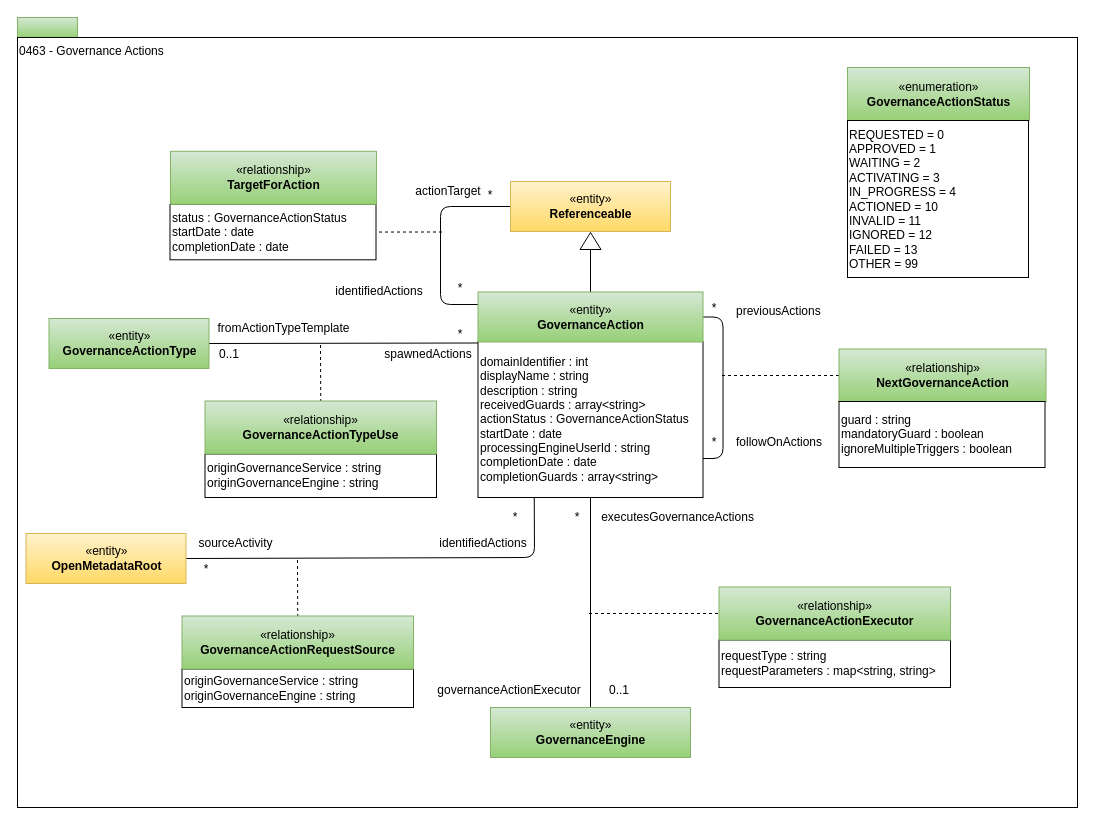
Above: page "0463-Governance-Actions" (23 of 28) of open-metadata-publication/website/open-metadata-types/area-4-governance.drawio in odpi/egeria (draw.io), before the change. Source tidied: cells renumbered, new cells numbered last; positions are measured from the earlier drawing's top-left corner, leaving out a move shared by most shapes. Both pictures are drawn from the tidied source at 100%, with x=0, y=0 at pixel (17, 17).
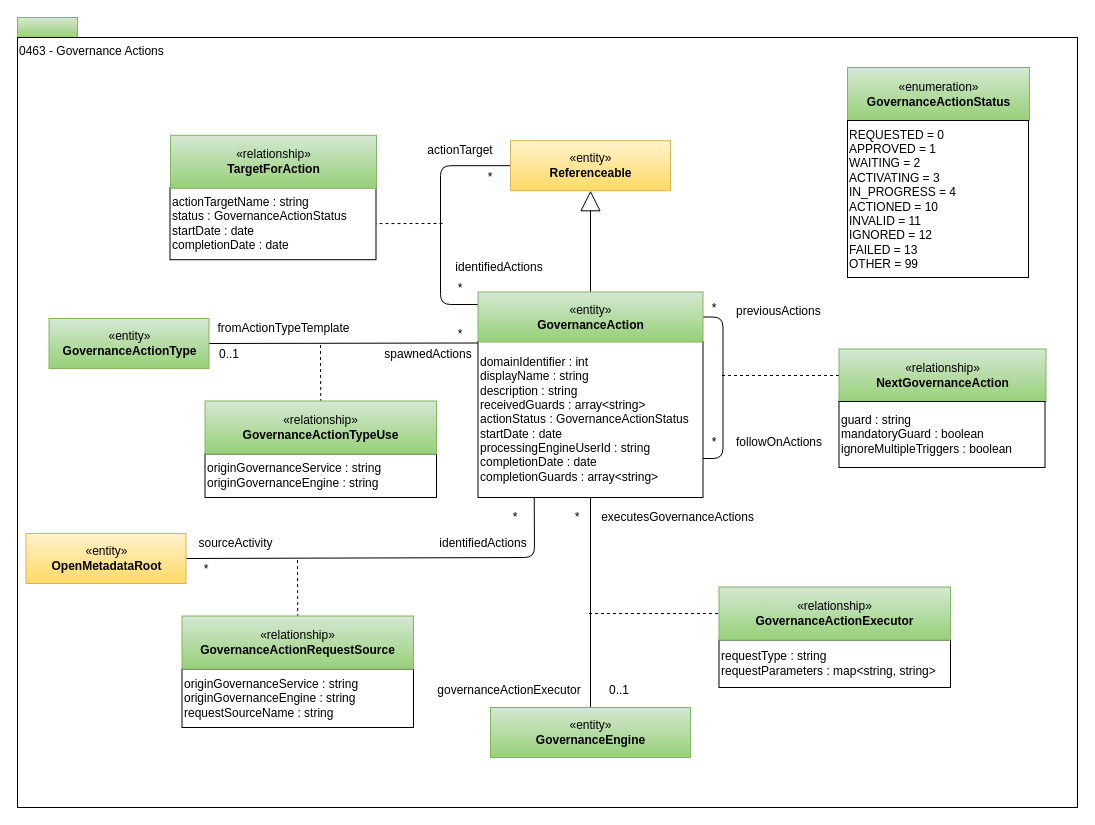
The same page after the edit.

Unchanged cells that the change refers to:
```xml
<mxCell id="20" value="«entity»&lt;br&gt;&lt;b&gt;GovernanceAction&lt;/b&gt;" style="html=1;strokeColor=#82b366;align=center;fillColor=#d5e8d4;gradientColor=#97d077;" parent="1" vertex="1">
  <mxGeometry x="460.5" y="274.5" width="225" height="50" as="geometry" />
</mxCell>
```

Diff of the diagram source:
```diff
@@
-    <mxCell id="6" style="edgeStyle=orthogonalEdgeStyle;rounded=0;html=1;exitX=0;exitY=0.5;endArrow=none;endFill=0;jettySize=auto;entryX=0.5;entryY=0;entryDx=0;entryDy=0;" parent="1" edge="1" source="7" target="20">
-      <mxGeometry relative="1" as="geometry" />
-    </mxCell>
-    <mxCell id="7" style="triangle;whiteSpace=wrap;html=1;strokeColor=#000000;gradientColor=#ffffff;align=center;rotation=-90;" parent="1" vertex="1">
-      <mxGeometry x="564.5" y="213" width="17" height="21" as="geometry" />
-    </mxCell>
     <mxCell id="8" style="endArrow=none;dashed=1;html=1;entryX=1;entryY=0.5;entryDx=0;entryDy=0;" parent="1" edge="1" target="11">
       <mxGeometry relative="1" as="geometry">
-        <mxPoint x="424.5" y="214.5" as="sourcePoint" />
+        <mxPoint x="425" y="206" as="sourcePoint" />
       </mxGeometry>
     </mxCell>
-    <mxCell id="9" value="*" style="text;html=1;strokeColor=none;fillColor=none;align=center;verticalAlign=middle;whiteSpace=wrap;rounded=0;" parent="1" vertex="1">
-      <mxGeometry x="453" y="168" width="40" height="20" as="geometry" />
-    </mxCell>
@@
-    <mxCell id="11" value="status : GovernanceActionStatus&lt;br&gt;startDate : date&lt;br&gt;completionDate : date" style="rounded=0;whiteSpace=wrap;html=1;strokeColor=#000000;gradientColor=#ffffff;align=left;" parent="1" vertex="1">
-      <mxGeometry x="152.5" y="186.8" width="206" height="55.5" as="geometry" />
+    <mxCell id="11" value="actionTargetName : string&lt;br&gt;status : GovernanceActionStatus&lt;br&gt;startDate : date&lt;br&gt;completionDate : date" style="rounded=0;whiteSpace=wrap;html=1;strokeColor=#000000;gradientColor=#ffffff;align=left;" parent="1" vertex="1">
+      <mxGeometry x="152.5" y="170" width="206" height="72.2" as="geometry" />
     </mxCell>
     <mxCell id="12" value="identifiedActions" style="text;html=1;strokeColor=none;fillColor=none;align=center;verticalAlign=middle;whiteSpace=wrap;rounded=0;" parent="1" vertex="1">
-      <mxGeometry x="310" y="264" width="104" height="20" as="geometry" />
+      <mxGeometry x="430" y="240" width="104" height="20" as="geometry" />
     </mxCell>
-    <mxCell id="13" style="endArrow=none;html=1;exitX=0;exitY=0.5;exitDx=0;exitDy=0;edgeStyle=orthogonalEdgeStyle;entryX=0;entryY=0.25;entryDx=0;entryDy=0;" parent="1" edge="1" source="14" target="20">
+    <mxCell id="13" style="endArrow=none;html=1;edgeStyle=orthogonalEdgeStyle;entryX=0;entryY=0.25;entryDx=0;entryDy=0;" parent="1" edge="1" source="14" target="20">
       <mxGeometry relative="1" as="geometry">
         <Array as="points">
-          <mxPoint x="423" y="189" />
+          <mxPoint x="423" y="148" />
           <mxPoint x="423" y="287" />
         </Array>
       </mxGeometry>
     </mxCell>
     <mxCell id="14" value="«entity»&lt;br&gt;&lt;b&gt;Referenceable&lt;/b&gt;" style="html=1;strokeColor=#d6b656;align=center;fillColor=#fff2cc;gradientColor=#ffd966;" parent="1" vertex="1">
-      <mxGeometry x="493" y="164" width="160" height="50" as="geometry" />
+      <mxGeometry x="493" y="123.2" width="160" height="50" as="geometry" />
     </mxCell>
     <mxCell id="15" value="actionTarget" style="text;html=1;strokeColor=none;fillColor=none;align=center;verticalAlign=middle;whiteSpace=wrap;rounded=0;" parent="1" vertex="1">
-      <mxGeometry x="378" y="164" width="106" height="20" as="geometry" />
+      <mxGeometry x="390" y="123.2" width="106" height="20" as="geometry" />
     </mxCell>
@@
+    <mxCell id="55" style="edgeStyle=orthogonalEdgeStyle;rounded=0;jettySize=auto;html=1;exitX=0.5;exitY=0;exitDx=0;exitDy=0;entryX=0.5;entryY=1;entryDx=0;entryDy=0;endArrow=block;endFill=0;strokeWidth=1;endSize=18;" parent="1" edge="1" source="20" target="14">
+      <mxGeometry relative="1" as="geometry" />
+    </mxCell>
@@
     <mxCell id="23" value="«relationship»&lt;br&gt;&lt;b&gt;TargetForAction&lt;/b&gt;" style="html=1;strokeColor=#82b366;align=center;fillColor=#d5e8d4;gradientColor=#97d077;" parent="1" vertex="1">
-      <mxGeometry x="153" y="133.8" width="206" height="53" as="geometry" />
+      <mxGeometry x="153" y="117.8" width="206" height="53" as="geometry" />
     </mxCell>
@@
-    <mxCell id="49" value="originGovernanceService : string&lt;br&gt;originGovernanceEngine : string" style="rounded=0;whiteSpace=wrap;html=1;strokeColor=#000000;gradientColor=#ffffff;align=left;" parent="1" vertex="1">
-      <mxGeometry x="164.5" y="651.5" width="231.5" height="38.5" as="geometry" />
+    <mxCell id="49" value="originGovernanceService : string&lt;br&gt;originGovernanceEngine : string&lt;br&gt;requestSourceName : string" style="rounded=0;whiteSpace=wrap;html=1;strokeColor=#000000;gradientColor=#ffffff;align=left;" parent="1" vertex="1">
+      <mxGeometry x="164.5" y="651.5" width="231.5" height="58.5" as="geometry" />
     </mxCell>
@@
+    <mxCell id="9" value="*" style="text;html=1;strokeColor=none;fillColor=none;align=center;verticalAlign=middle;whiteSpace=wrap;rounded=0;" parent="1" vertex="1">
+      <mxGeometry x="453" y="150" width="40" height="20" as="geometry" />
+    </mxCell>
```
